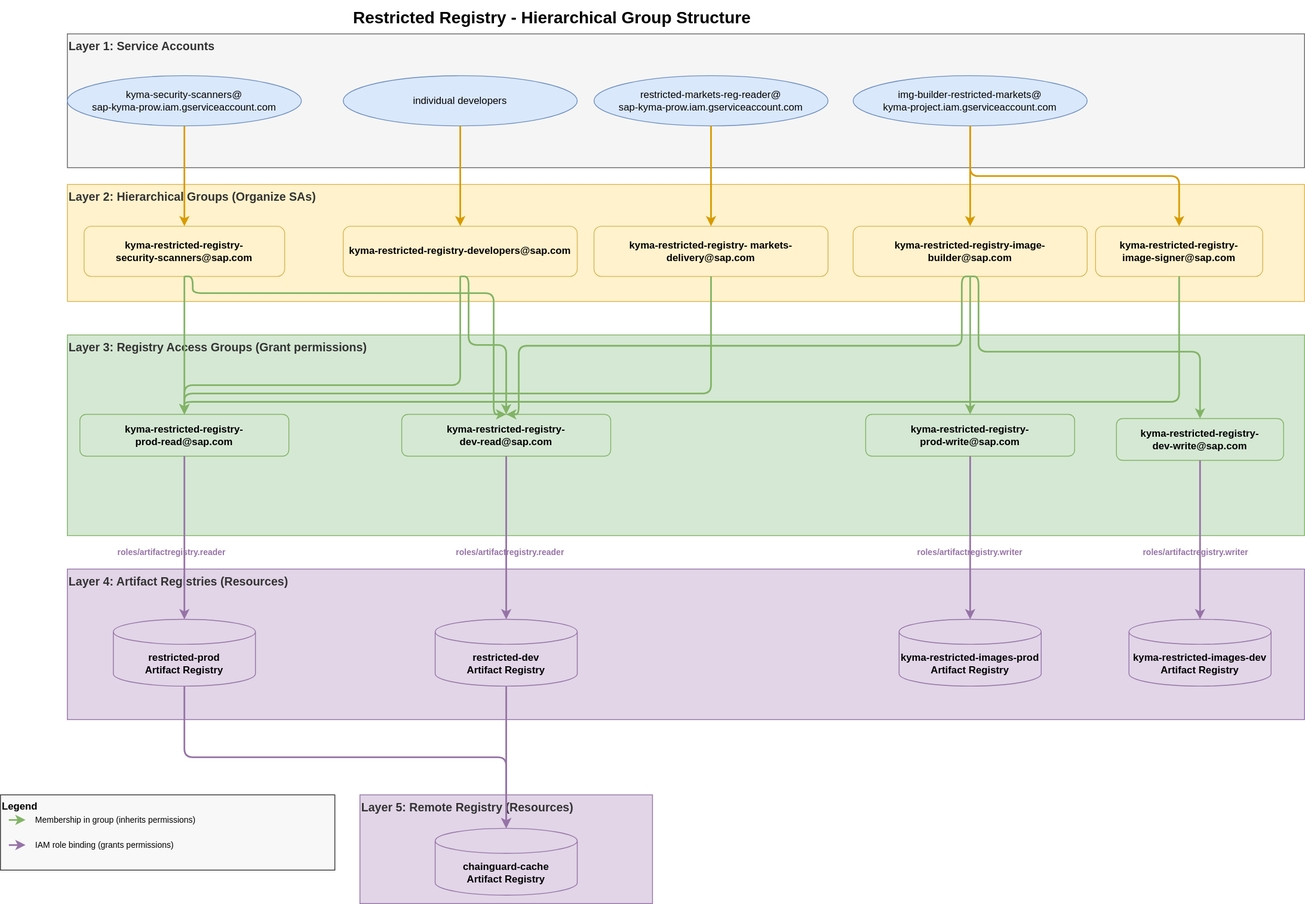
The draw.io diagram configs/terraform/environments/prod/restricted_groups.drawio.svg in kyma-project/test-infra, before a commit. Source tidied: cells renumbered, new cells last; positions are measured from the earlier drawing's top-left corner, leaving out a move shared by most shapes.
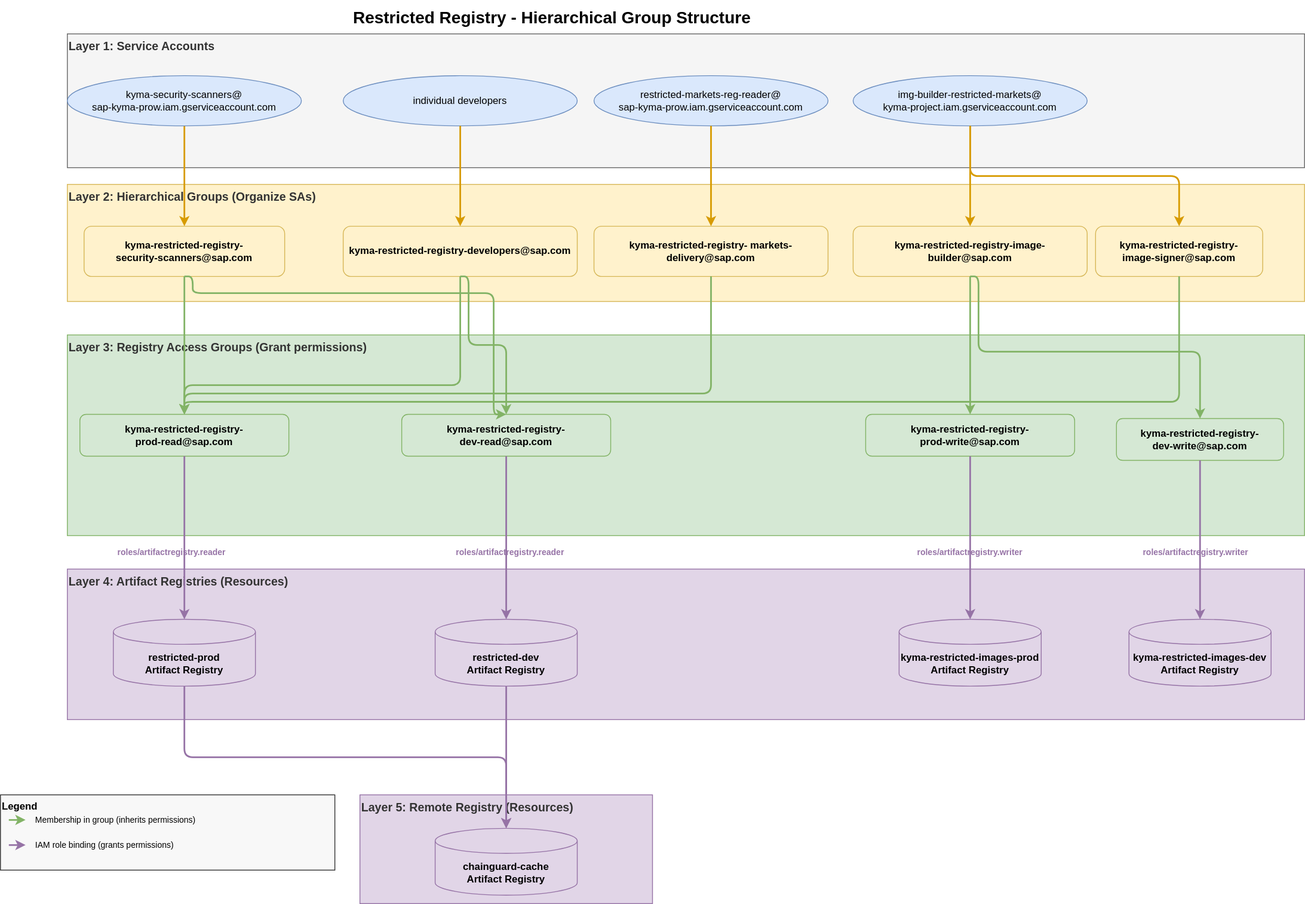
The same diagram one commit later.

Diff of the diagram source:
```diff
@@ -133,16 +133,6 @@
     <mxCell id="35" style="endArrow=classic;html=1;strokeWidth=2;strokeColor=#d79b00;exitX=0.5;exitY=1;exitDx=0;exitDy=0;entryX=0.5;entryY=0;entryDx=0;entryDy=0;edgeStyle=orthogonalEdgeStyle;" parent="1" edge="1" source="32" target="4">
       <mxGeometry relative="1" as="geometry" />
     </mxCell>
-    <mxCell id="36" style="endArrow=classic;html=1;strokeWidth=2;strokeColor=#82b366;exitX=0.5;exitY=1;exitDx=0;exitDy=0;entryX=0.5;entryY=0;entryDx=0;entryDy=0;edgeStyle=orthogonalEdgeStyle;" parent="1" edge="1" source="33" target="13">
-      <mxGeometry relative="1" as="geometry">
-        <Array as="points">
-          <mxPoint x="1150" y="330" />
-          <mxPoint x="1150" y="413" />
-          <mxPoint x="620" y="413" />
-          <mxPoint x="620" y="495" />
-        </Array>
-      </mxGeometry>
-    </mxCell>
     <mxCell id="37" value="kyma-restricted-registry-&lt;br&gt;prod-write@sap.com" style="rounded=1;whiteSpace=wrap;html=1;fillColor=#d5e8d4;strokeColor=#82b366;fontSize=12;fontStyle=1;" parent="1" vertex="1">
       <mxGeometry x="1035" y="495" width="250" height="50" as="geometry" />
     </mxCell>
```
